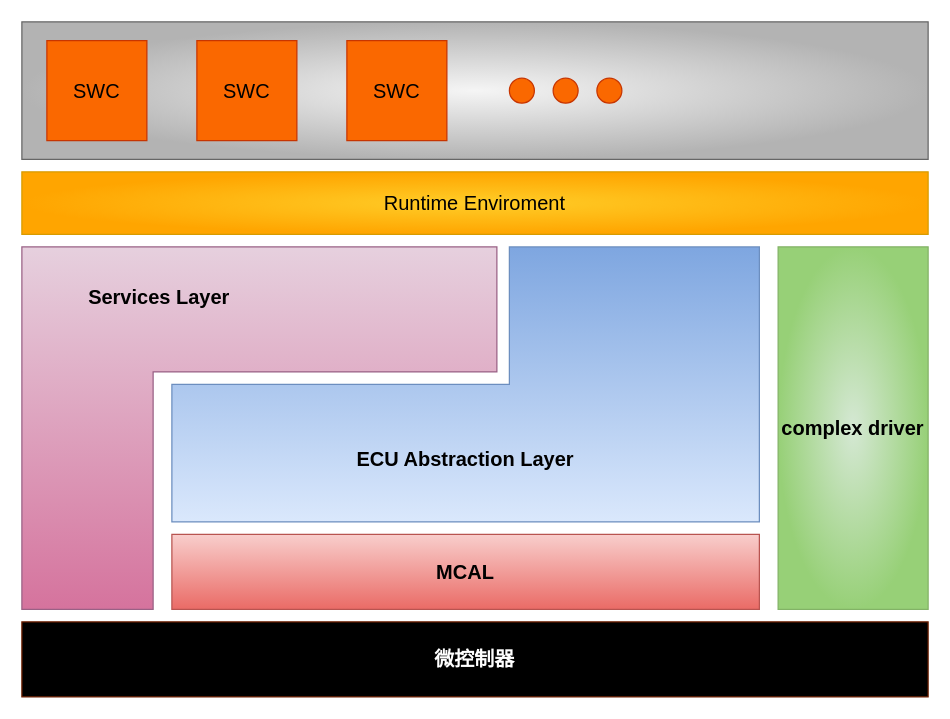
This is Untitled Diagram.drawio from TTHHR/blog, a draw.io file, before an edit. Source tidied: cells renumbered, new cells numbered last; positions are measured from the earlier drawing's top-left corner, leaving out a move shared by most shapes. Both pictures are drawn from the tidied source at 125%, with x=0, y=0 at pixel (21, 21).
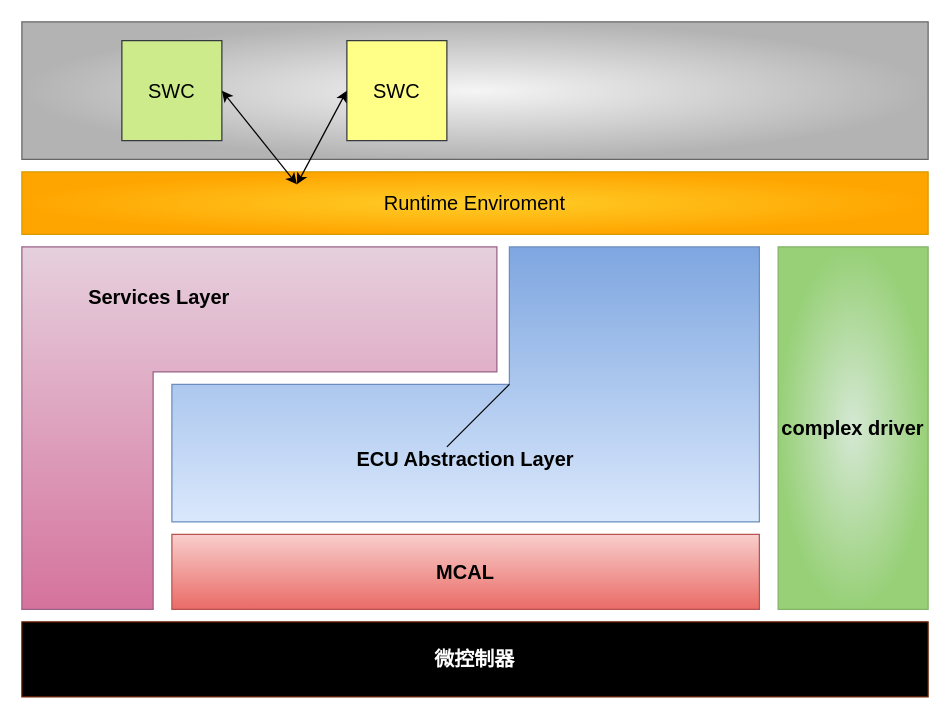
Above is the later version.

The edit, as a diff of the source:
```diff
@@
 <mxGraphModel>
   <root>
     <mxCell id="0" />
     <mxCell id="1" parent="0" />
     <mxCell id="2" value="微控制器" style="rounded=0;whiteSpace=wrap;html=1;fontStyle=1;fontSize=16;fontColor=#ffffff;strokeColor=#6D1F00;fillColor=#000000;" parent="1" vertex="1">
       <mxGeometry y="480" width="725" height="60" as="geometry" />
     </mxCell>
     <mxCell id="3" style="shape=corner;whiteSpace=wrap;html=1;dx=105;dy=100;fillColor=#e6d0de;strokeColor=#996185;gradientColor=#d5739d;" parent="1" vertex="1">
       <mxGeometry y="180" width="380" height="290" as="geometry" />
     </mxCell>
     <mxCell id="4" value="Services Layer" style="text;html=1;strokeColor=none;fillColor=none;align=center;verticalAlign=middle;whiteSpace=wrap;rounded=0;fontSize=16;fontStyle=1;" parent="1" vertex="1">
       <mxGeometry x="30" y="200" width="160" height="40" as="geometry" />
     </mxCell>
     <mxCell id="5" value="MCAL" style="rounded=0;whiteSpace=wrap;html=1;fontSize=16;fontStyle=1;fillColor=#f8cecc;strokeColor=#b85450;gradientColor=#ea6b66;" parent="1" vertex="1">
       <mxGeometry x="120" y="410" width="470" height="60" as="geometry" />
     </mxCell>
     <mxCell id="6" value="complex driver" style="rounded=0;whiteSpace=wrap;html=1;fontSize=16;gradientDirection=radial;fontStyle=1;fillColor=#d5e8d4;strokeColor=#82b366;gradientColor=#97d077;" parent="1" vertex="1">
       <mxGeometry x="605" y="180" width="120" height="290" as="geometry" />
     </mxCell>
     <mxCell id="7" style="shape=corner;whiteSpace=wrap;html=1;fontSize=16;rotation=-180;dx=200;dy=110;fillColor=#dae8fc;strokeColor=#6c8ebf;gradientColor=#7ea6e0;" parent="1" vertex="1">
       <mxGeometry x="120" y="180" width="470" height="220" as="geometry" />
     </mxCell>
     <mxCell id="8" value="ECU Abstraction Layer" style="text;html=1;strokeColor=none;fillColor=none;align=center;verticalAlign=middle;whiteSpace=wrap;rounded=0;fontSize=16;fontColor=#000000;fontStyle=1;" parent="1" vertex="1">
       <mxGeometry x="265" y="320" width="180" height="60" as="geometry" />
     </mxCell>
     <mxCell id="9" value="Runtime Enviroment" style="rounded=0;whiteSpace=wrap;html=1;fontSize=16;gradientDirection=radial;fillColor=#ffcd28;strokeColor=#d79b00;gradientColor=#ffa500;" parent="1" vertex="1">
       <mxGeometry y="120" width="725" height="50" as="geometry" />
     </mxCell>
     <mxCell id="10" style="rounded=0;whiteSpace=wrap;html=1;fontSize=16;gradientDirection=radial;gradientColor=#b3b3b3;fillColor=#f5f5f5;strokeColor=#666666;" parent="1" vertex="1">
       <mxGeometry width="725" height="110" as="geometry" />
     </mxCell>
-    <mxCell id="11" value="SWC" style="whiteSpace=wrap;html=1;fontSize=16;fillColor=#fa6800;gradientDirection=radial;strokeColor=#C73500;fontColor=#000000;" parent="1" vertex="1">
-      <mxGeometry x="20" y="15" width="80" height="80" as="geometry" />
+    <mxCell id="11" value="SWC" style="whiteSpace=wrap;html=1;fontSize=16;fillColor=#cdeb8b;gradientDirection=radial;strokeColor=#36393d;" parent="1" vertex="1">
+      <mxGeometry x="80" y="15" width="80" height="80" as="geometry" />
     </mxCell>
-    <mxCell id="12" value="SWC" style="whiteSpace=wrap;html=1;fontSize=16;fontColor=#000000;fillColor=#fa6800;gradientDirection=radial;strokeColor=#C73500;" parent="1" vertex="1">
-      <mxGeometry x="140" y="15" width="80" height="80" as="geometry" />
-    </mxCell>
-    <mxCell id="13" value="SWC" style="whiteSpace=wrap;html=1;fontSize=16;fontColor=#000000;fillColor=#fa6800;gradientDirection=radial;strokeColor=#C73500;" parent="1" vertex="1">
+    <mxCell id="13" value="SWC" style="whiteSpace=wrap;html=1;fontSize=16;fillColor=#ffff88;gradientDirection=radial;strokeColor=#36393d;" parent="1" vertex="1">
       <mxGeometry x="260" y="15" width="80" height="80" as="geometry" />
     </mxCell>
-    <mxCell id="14" style="ellipse;whiteSpace=wrap;html=1;fontSize=16;fontColor=#000000;fillColor=#fa6800;gradientDirection=radial;strokeColor=#C73500;" parent="1" vertex="1">
-      <mxGeometry x="390" y="45" width="20" height="20" as="geometry" />
-    </mxCell>
-    <mxCell id="15" style="ellipse;whiteSpace=wrap;html=1;fontSize=16;fontColor=#000000;fillColor=#fa6800;gradientDirection=radial;strokeColor=#C73500;" parent="1" vertex="1">
-      <mxGeometry x="425" y="45" width="20" height="20" as="geometry" />
-    </mxCell>
-    <mxCell id="16" style="ellipse;whiteSpace=wrap;html=1;fontSize=16;fontColor=#000000;fillColor=#fa6800;gradientDirection=radial;strokeColor=#C73500;" parent="1" vertex="1">
-      <mxGeometry x="460" y="45" width="20" height="20" as="geometry" />
-    </mxCell>
+    <mxCell id="17" style="endArrow=none;html=1;" parent="1" edge="1">
+      <mxGeometry relative="1" as="geometry">
+        <mxPoint x="340" y="340" as="sourcePoint" />
+        <mxPoint x="390" y="290" as="targetPoint" />
+      </mxGeometry>
+    </mxCell>
+    <mxCell id="18" style="endArrow=classic;startArrow=classic;html=1;entryX=0;entryY=0.5;entryDx=0;entryDy=0;" parent="1" edge="1" target="13">
+      <mxGeometry relative="1" as="geometry">
+        <mxPoint x="220" y="130" as="sourcePoint" />
+      </mxGeometry>
+    </mxCell>
+    <mxCell id="19" style="endArrow=classic;startArrow=classic;html=1;entryX=1;entryY=0.5;entryDx=0;entryDy=0;" parent="1" edge="1" target="11">
+      <mxGeometry relative="1" as="geometry">
+        <mxPoint x="220" y="130" as="sourcePoint" />
+      </mxGeometry>
+    </mxCell>
   </root>
 </mxGraphModel>
```
